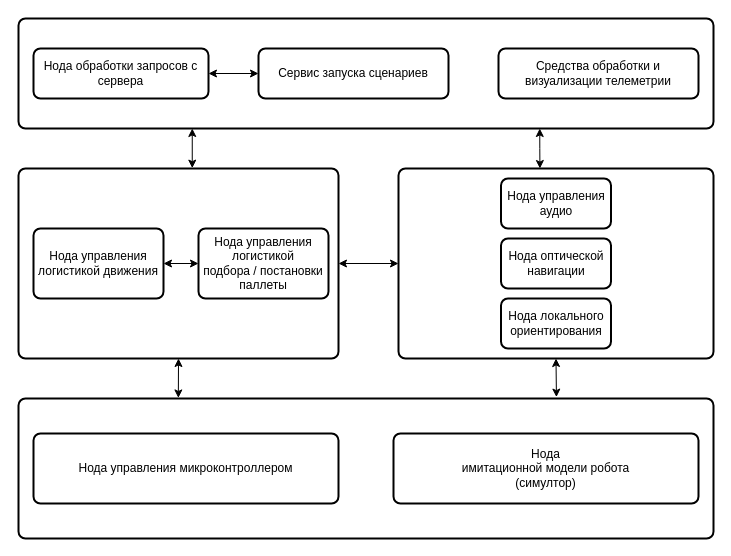
The draw.io diagram Диаграмма без названия.drawio in alexander-mipt/tools_notes, before the edit. Source tidied: cells renumbered, new cells numbered last; positions are measured from the earlier drawing's top-left corner, leaving out a move shared by most shapes. Both pictures are drawn from the tidied source at 100%, with x=0, y=0 at pixel (18, 18).
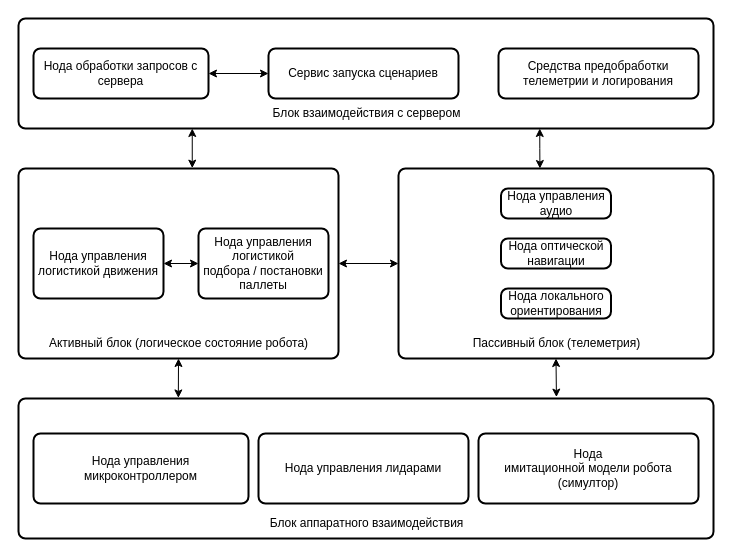
Above is the later version.

What changed in the source:
```diff
@@
     <mxCell id="7" value="Нода оптической навигации" style="rounded=1;whiteSpace=wrap;html=1;absoluteArcSize=1;arcSize=14;strokeWidth=2;" parent="1" vertex="1">
-      <mxGeometry x="482.5" y="220" width="110" height="50" as="geometry" />
+      <mxGeometry x="482.5" y="220" width="110" height="30" as="geometry" />
     </mxCell>
     <mxCell id="8" value="Нода управления микроконтроллером" style="rounded=1;whiteSpace=wrap;html=1;absoluteArcSize=1;arcSize=14;strokeWidth=2;" parent="1" vertex="1">
-      <mxGeometry x="15" y="415" width="305" height="70" as="geometry" />
+      <mxGeometry x="15" y="415" width="215" height="70" as="geometry" />
     </mxCell>
     <mxCell id="9" value="Нода локального ориентирования" style="rounded=1;whiteSpace=wrap;html=1;absoluteArcSize=1;arcSize=14;strokeWidth=2;" parent="1" vertex="1">
-      <mxGeometry x="482.5" y="280" width="110" height="50" as="geometry" />
+      <mxGeometry x="482.5" y="270" width="110" height="30" as="geometry" />
     </mxCell>
     <mxCell id="10" value="Нода управления аудио" style="rounded=1;whiteSpace=wrap;html=1;absoluteArcSize=1;arcSize=14;strokeWidth=2;" parent="1" vertex="1">
-      <mxGeometry x="482.5" y="160" width="110" height="50" as="geometry" />
+      <mxGeometry x="482.5" y="170" width="110" height="30" as="geometry" />
     </mxCell>
@@
     <mxCell id="16" value="Нода&lt;div&gt;имитационной модели робота&lt;/div&gt;&lt;div&gt;(симултор)&lt;/div&gt;" style="rounded=1;whiteSpace=wrap;html=1;absoluteArcSize=1;arcSize=14;strokeWidth=2;" parent="1" vertex="1">
-      <mxGeometry x="375" y="415" width="305" height="70" as="geometry" />
+      <mxGeometry x="460" y="415" width="220" height="70" as="geometry" />
     </mxCell>
-    <mxCell id="17" value="Средства обработки и визуализации телеметрии" style="rounded=1;whiteSpace=wrap;html=1;absoluteArcSize=1;arcSize=14;strokeWidth=2;" parent="1" vertex="1">
+    <mxCell id="17" value="Средства предобработки телеметрии и логирования" style="rounded=1;whiteSpace=wrap;html=1;absoluteArcSize=1;arcSize=14;strokeWidth=2;" parent="1" vertex="1">
       <mxGeometry x="480" y="30" width="200" height="50" as="geometry" />
     </mxCell>
     <mxCell id="18" value="Сервис запуска сценариев" style="rounded=1;whiteSpace=wrap;html=1;absoluteArcSize=1;arcSize=14;strokeWidth=2;" parent="1" vertex="1">
-      <mxGeometry x="240" y="30" width="190" height="50" as="geometry" />
+      <mxGeometry x="250" y="30" width="190" height="50" as="geometry" />
     </mxCell>
@@
+    <mxCell id="23" value="Блок аппаратного взаимодействия" style="text;html=1;align=center;verticalAlign=middle;strokeColor=none;fillColor=none;" parent="1" vertex="1">
+      <mxGeometry x="237.5" y="490" width="220" height="30" as="geometry" />
+    </mxCell>
+    <mxCell id="24" value="Нода управления лидарами" style="rounded=1;whiteSpace=wrap;html=1;absoluteArcSize=1;arcSize=14;strokeWidth=2;" parent="1" vertex="1">
+      <mxGeometry x="240" y="415" width="210" height="70" as="geometry" />
+    </mxCell>
+    <mxCell id="25" value="Активный блок (логическое состояние робота)" style="text;html=1;align=center;verticalAlign=middle;strokeColor=none;fillColor=none;" parent="1" vertex="1">
+      <mxGeometry x="20" y="310" width="280" height="30" as="geometry" />
+    </mxCell>
+    <mxCell id="26" value="Пассивный блок (телеметрия)" style="text;html=1;align=center;verticalAlign=middle;strokeColor=none;fillColor=none;" parent="1" vertex="1">
+      <mxGeometry x="442.5" y="310" width="190" height="30" as="geometry" />
+    </mxCell>
+    <mxCell id="27" value="Блок взаимодействия с сервером" style="text;html=1;align=center;verticalAlign=middle;strokeColor=none;fillColor=none;" parent="1" vertex="1">
+      <mxGeometry x="242.5" y="80" width="210" height="30" as="geometry" />
+    </mxCell>
```
